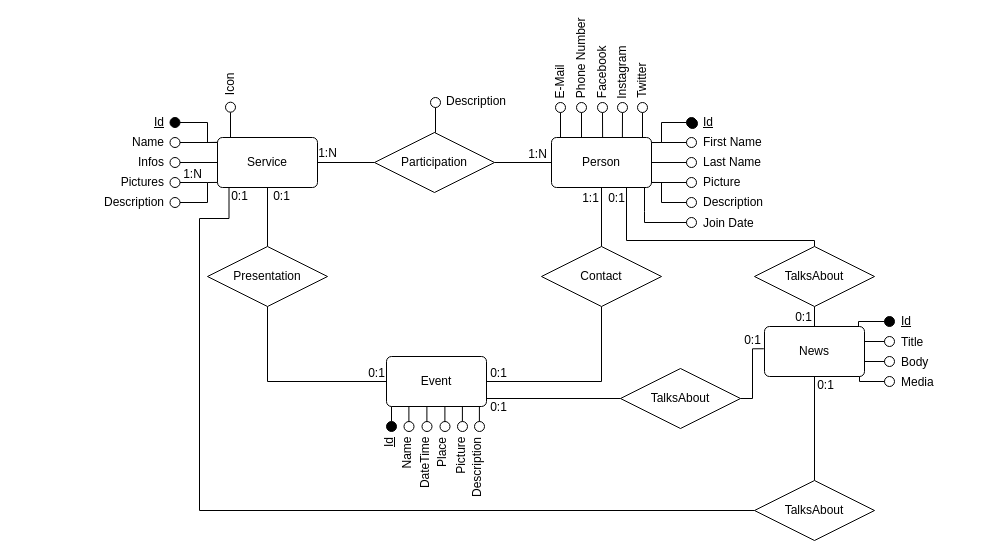
Alenichel/CodiglioniDellOglioNichelini-HypermediaProject keeps this draw.io diagram as DesignDocument/diagrams/ER.drawio. Above is the earlier version. Source tidied: cells renumbered, new cells numbered last; positions are measured from the earlier drawing's top-left corner, leaving out a move shared by most shapes. Both pictures are drawn from the tidied source at 100%, with x=0, y=0 at pixel (17, 53).
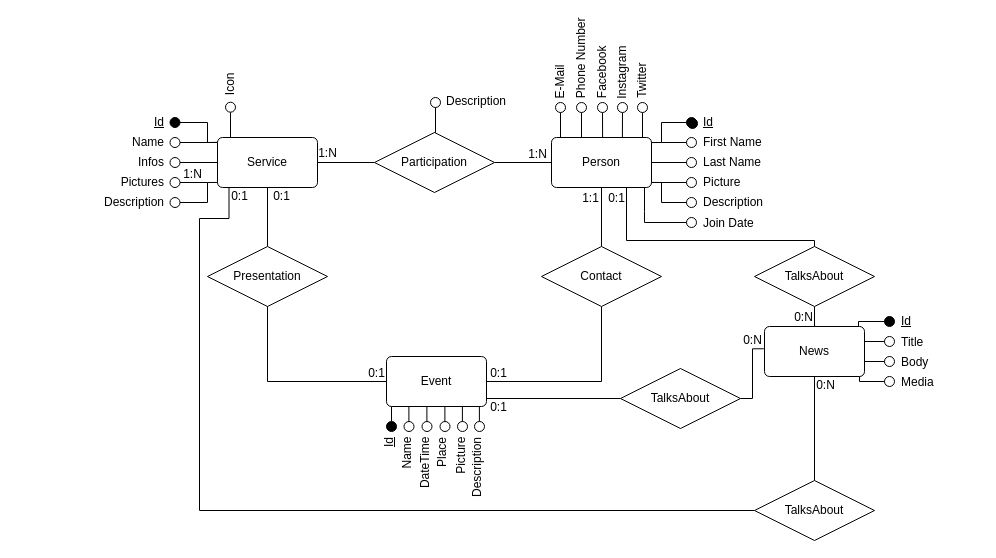
The same diagram, later.

Change to the diagram source:
```diff
@@
-    <mxCell id="143" value="0:1" style="text;html=1;align=center;verticalAlign=middle;labelBackgroundColor=#ffffff;" parent="1" vertex="1">
+    <mxCell id="143" value="0:N" style="text;html=1;align=center;verticalAlign=middle;labelBackgroundColor=#ffffff;" parent="1" vertex="1">
       <mxGeometry x="797" y="273" as="geometry">
         <mxPoint x="-12" y="-9.8" as="offset" />
       </mxGeometry>
     </mxCell>
@@
-    <mxCell id="147" value="0:1" style="text;html=1;align=center;verticalAlign=middle;labelBackgroundColor=#ffffff;" parent="1" vertex="1">
+    <mxCell id="147" value="0:N" style="text;html=1;align=center;verticalAlign=middle;labelBackgroundColor=#ffffff;" parent="1" vertex="1">
       <mxGeometry x="746" y="296" as="geometry">
         <mxPoint x="-12" y="-9.8" as="offset" />
       </mxGeometry>
     </mxCell>
@@
-    <mxCell id="152" value="0:1" style="text;html=1;align=center;verticalAlign=middle;labelBackgroundColor=#ffffff;" parent="1" vertex="1">
+    <mxCell id="152" value="0:N" style="text;html=1;align=center;verticalAlign=middle;labelBackgroundColor=#ffffff;" parent="1" vertex="1">
       <mxGeometry x="819" y="341" as="geometry">
         <mxPoint x="-12" y="-9.8" as="offset" />
       </mxGeometry>
     </mxCell>
```
